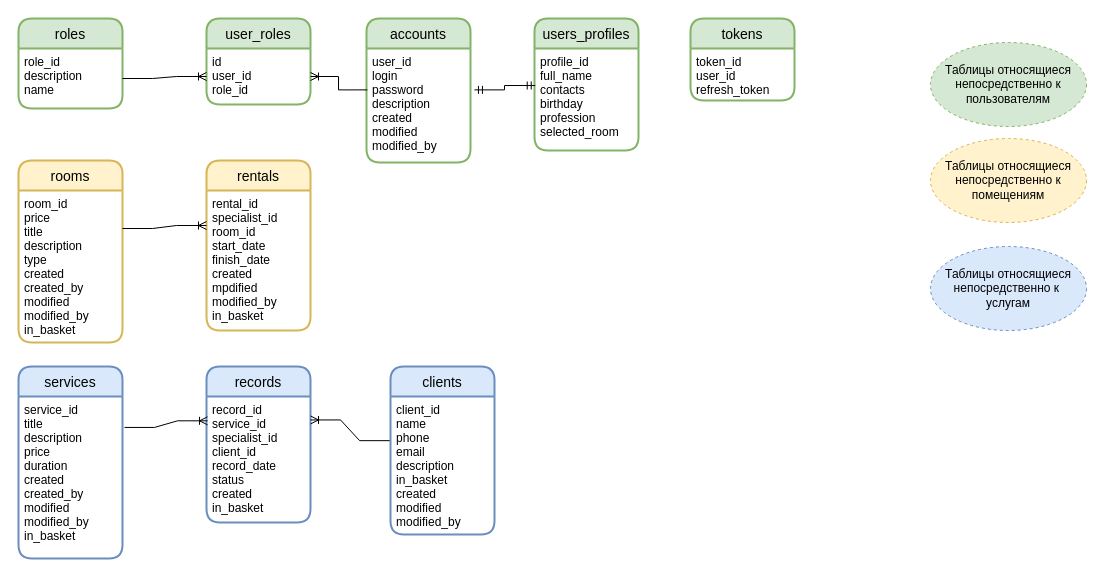
This is db_schema.drawio from LeksinaAnna/self-employed-services, a draw.io file, before an edit. Source tidied: cells renumbered, new cells numbered last; positions are measured from the earlier drawing's top-left corner, leaving out a move shared by most shapes. Both pictures are drawn from the tidied source at 100%, with x=0, y=0 at pixel (18, 18).
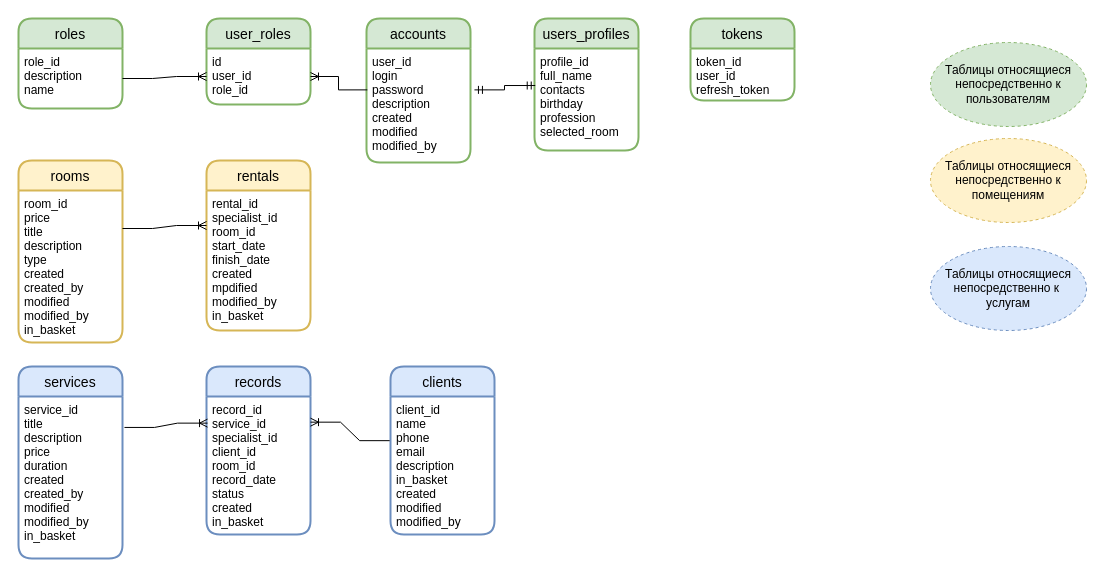
The same diagram, later.

Commit message (it also covers changes not shown here):
Создание метода для мастер-отчета + расширение сущности record (добавлен идентификатор комнаты)

Diff of the diagram source:
```diff
@@
     <mxCell id="10" value="records" style="swimlane;horizontal=1;startSize=30;rounded=1;fontSize=14;fontStyle=0;strokeWidth=2;shadow=0;dashed=0;align=center;fillColor=#dae8fc;strokeColor=#6c8ebf;" parent="1" vertex="1">
-      <mxGeometry x="188" y="348" width="104" height="156" as="geometry" />
+      <mxGeometry x="188" y="348" width="104" height="168" as="geometry" />
     </mxCell>
-    <mxCell id="11" value="record_id&#10;service_id&#10;specialist_id&#10;client_id&#10;record_date&#10;status&#10;created&#10;in_basket" style="align=left;strokeColor=none;fillColor=none;spacingLeft=4;fontSize=12;verticalAlign=top;" parent="10" vertex="1">
-      <mxGeometry y="30" width="104" height="126" as="geometry" />
+    <mxCell id="11" value="record_id&#10;service_id&#10;specialist_id&#10;client_id&#10;room_id&#10;record_date&#10;status&#10;created&#10;in_basket" style="align=left;strokeColor=none;fillColor=none;spacingLeft=4;fontSize=12;verticalAlign=top;" parent="10" vertex="1">
+      <mxGeometry y="30" width="104" height="138" as="geometry" />
     </mxCell>
```
